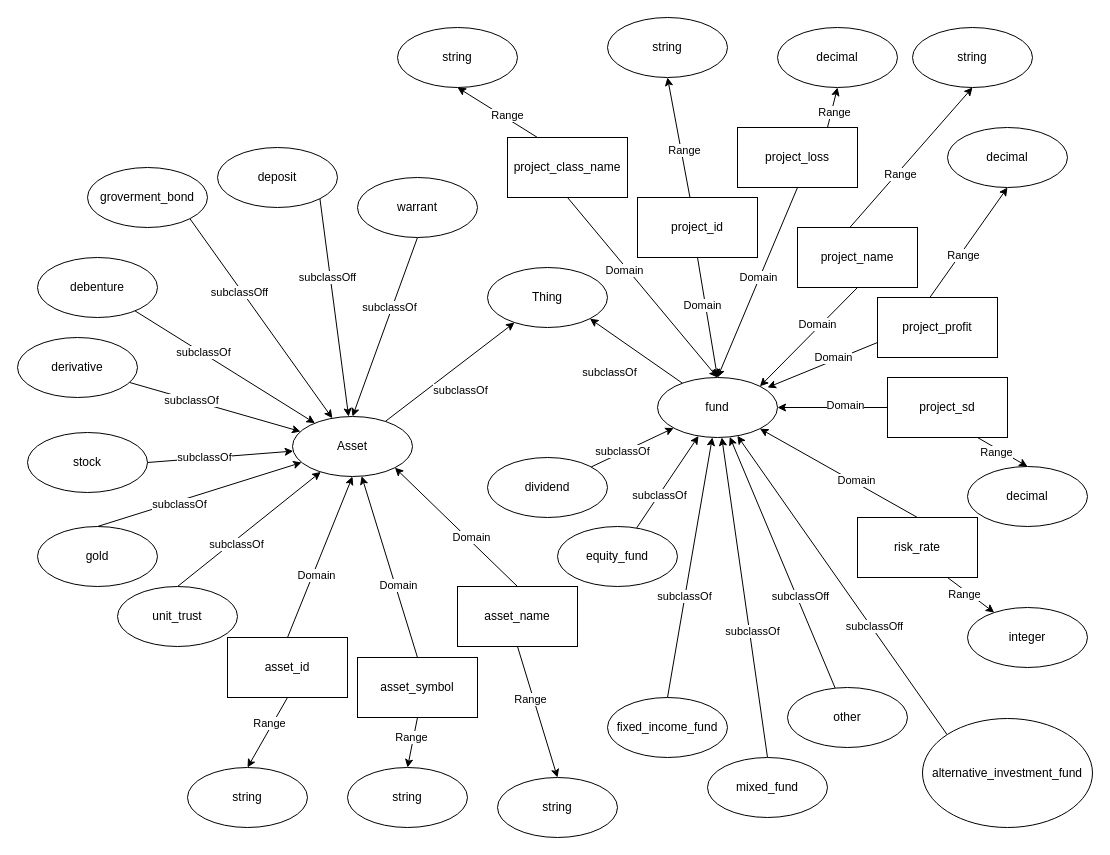
Above: page "mutaul-fund v2" (1 of 7) of Diagram/Design.drawio in onewkub/mutual-fund-api (draw.io), before the change. Source tidied: cells renumbered, new cells numbered last; positions are measured from the earlier drawing's top-left corner, leaving out a move shared by most shapes. Both pictures are drawn from the tidied source at 100%, with x=0, y=0 at pixel (17, 17).
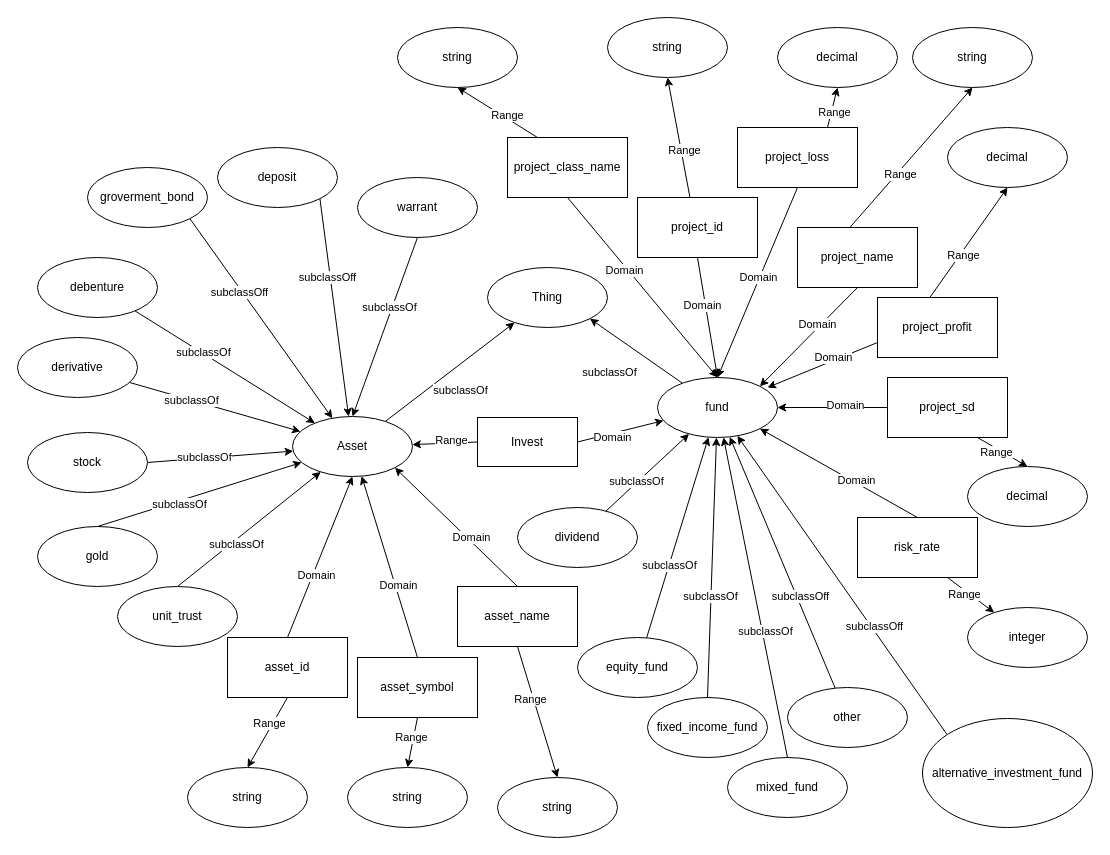
The same page after the edit.

Commit message (it also covers changes not shown here):
Edit class diageam Invest relation btw fund ,asset

Unchanged cells that the change refers to:
```xml
<mxCell id="15" value="Asset" style="ellipse;whiteSpace=wrap;html=1;ellipse;whiteSpace=wrap;html=1;" parent="1" vertex="1">
  <mxGeometry x="275" y="399" width="120" height="60" as="geometry" />
</mxCell>
<mxCell id="43" value="fund" style="ellipse;whiteSpace=wrap;html=1;ellipse;whiteSpace=wrap;html=1;" parent="1" vertex="1">
  <mxGeometry x="640" y="360" width="120" height="60" as="geometry" />
</mxCell>
```

What changed in the source:
```diff
@@
     <mxCell id="44" value="dividend" style="ellipse;whiteSpace=wrap;html=1;ellipse;whiteSpace=wrap;html=1;" parent="1" vertex="1">
-      <mxGeometry x="470" y="440" width="120" height="60" as="geometry" />
+      <mxGeometry x="500" y="490" width="120" height="60" as="geometry" />
     </mxCell>
@@
     <mxCell id="46" value="equity_fund" style="ellipse;whiteSpace=wrap;html=1;ellipse;whiteSpace=wrap;html=1;" parent="1" vertex="1">
-      <mxGeometry x="540" y="509" width="120" height="60" as="geometry" />
+      <mxGeometry x="560" y="620" width="120" height="60" as="geometry" />
     </mxCell>
     <mxCell id="47" value="mixed_fund" style="ellipse;whiteSpace=wrap;html=1;ellipse;whiteSpace=wrap;html=1;" parent="1" vertex="1">
-      <mxGeometry x="690" y="740" width="120" height="60" as="geometry" />
+      <mxGeometry x="710" y="740" width="120" height="60" as="geometry" />
     </mxCell>
@@
     <mxCell id="52" value="fixed_income_fund" style="ellipse;whiteSpace=wrap;html=1;ellipse;whiteSpace=wrap;html=1;" parent="1" vertex="1">
-      <mxGeometry x="590" y="680" width="120" height="60" as="geometry" />
+      <mxGeometry x="630" y="680" width="120" height="60" as="geometry" />
     </mxCell>
@@
+    <mxCell id="113" value="Invest" style="rounded=0;whiteSpace=wrap;html=1;" parent="1" vertex="1">
+      <mxGeometry x="460" y="400" width="100" height="49" as="geometry" />
+    </mxCell>
+    <mxCell id="114" style="edgeStyle=none;rounded=0;jettySize=auto;html=1;startArrow=classic;startFill=1;endArrow=none;endFill=0;entryX=1;entryY=0.5;entryDx=0;entryDy=0;" parent="1" edge="1" source="43" target="113">
+      <mxGeometry relative="1" as="geometry" />
+    </mxCell>
+    <mxCell id="115" value="Domain" style="edgeLabel;html=1;align=center;verticalAlign=middle;" parent="114" vertex="1">
+      <mxGeometry x="0.21" y="3" relative="1" as="geometry" />
+    </mxCell>
+    <mxCell id="116" style="edgeStyle=none;rounded=0;jettySize=auto;html=1;startArrow=classic;startFill=1;endArrow=none;endFill=0;entryX=0;entryY=0.5;entryDx=0;entryDy=0;" parent="1" edge="1" source="15" target="113">
+      <mxGeometry relative="1" as="geometry" />
+    </mxCell>
+    <mxCell id="117" value="Range" style="edgeLabel;html=1;align=center;verticalAlign=middle;" parent="116" vertex="1">
+      <mxGeometry x="0.21" y="3" relative="1" as="geometry" />
+    </mxCell>
```
